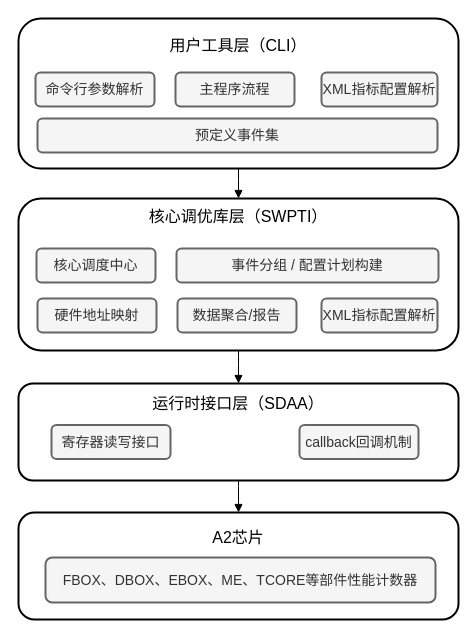
The draw.io diagram swprofiler_arch.drawio in HanxuLiu/drawio-files, before the edit. Source tidied: cells renumbered, new cells numbered last; positions are measured from the earlier drawing's top-left corner, leaving out a move shared by most shapes. Both pictures are drawn from the tidied source at 100%, with x=0, y=0 at pixel (18, 18).
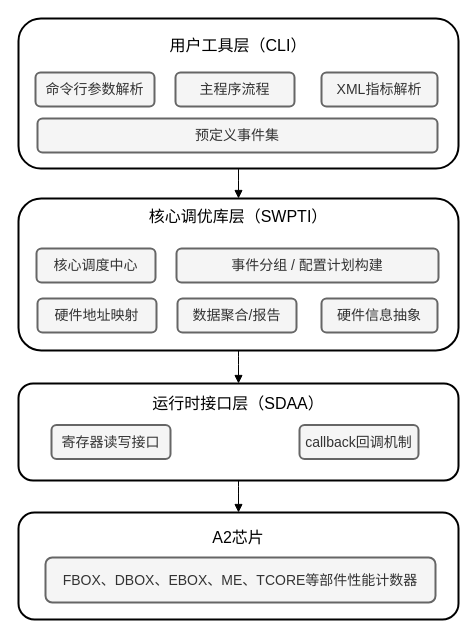
Above is the later version.

What changed in the source:
```diff
@@
-    <mxCell id="13" value="XML指标配置解析" style="whiteSpace=wrap;strokeWidth=2;shadow=0;rounded=1;fontSize=14;fillColor=#f5f5f5;fontColor=#333333;strokeColor=#666666;" parent="1" vertex="1">
+    <mxCell id="13" value="XML指标解析" style="whiteSpace=wrap;strokeWidth=2;shadow=0;rounded=1;fontSize=14;fillColor=#f5f5f5;fontColor=#333333;strokeColor=#666666;" parent="1" vertex="1">
       <mxGeometry x="303" y="54" width="116" height="34" as="geometry" />
     </mxCell>
@@
-    <mxCell id="16" value="XML指标配置解析" style="whiteSpace=wrap;strokeWidth=2;shadow=0;rounded=1;fontSize=14;fillColor=#f5f5f5;fontColor=#333333;strokeColor=#666666;" parent="1" vertex="1">
+    <mxCell id="16" value="硬件信息抽象" style="whiteSpace=wrap;strokeWidth=2;shadow=0;rounded=1;fontSize=14;fillColor=#f5f5f5;fontColor=#333333;strokeColor=#666666;" parent="1" vertex="1">
       <mxGeometry x="303" y="280" width="116" height="34" as="geometry" />
     </mxCell>
```
